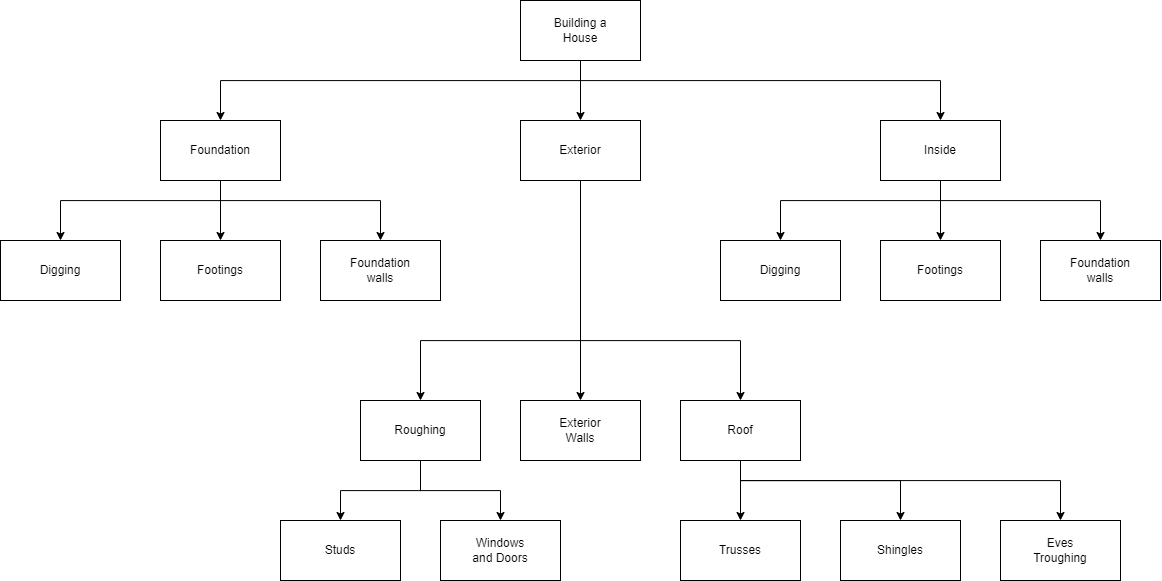
The draw.io diagram docs/problem-solving/images/building_a_house.png in Mr-Coxall/Computer-Based-Problem-Solving, before a commit. Source tidied: cells renumbered, new cells last; positions are measured from the earlier drawing's top-left corner, leaving out a move shared by most shapes.
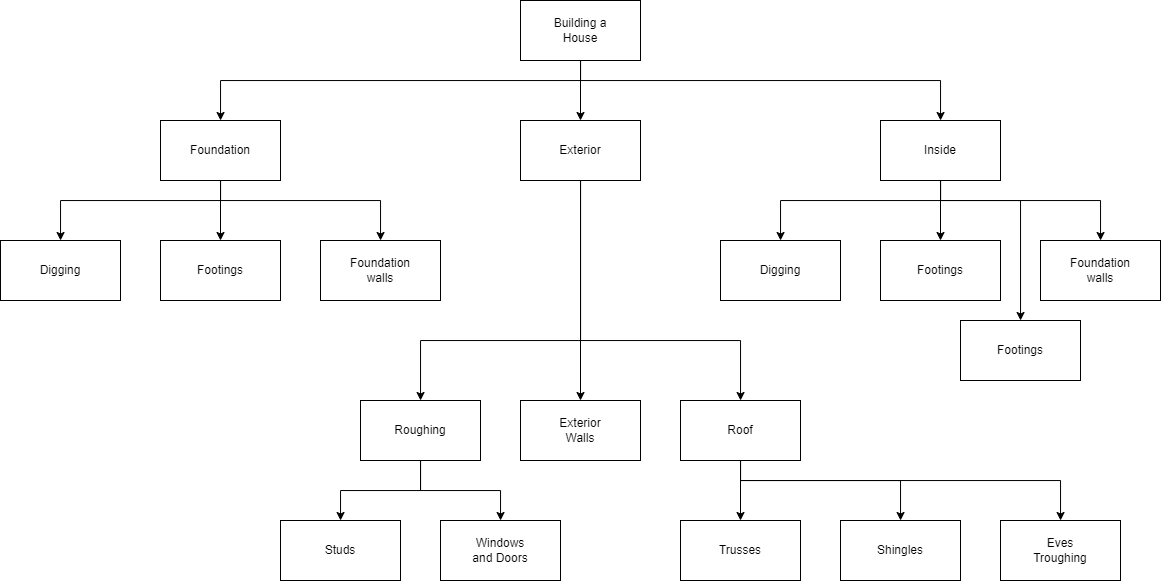
The same file after the commit.

Diff of the diagram source:
```diff
@@ -87,6 +87,14 @@
         </Array>
       </mxGeometry>
     </mxCell>
+    <mxCell id="37" style="edgeStyle=orthogonalEdgeStyle;shape=connector;rounded=0;html=1;labelBackgroundColor=default;fontFamily=Helvetica;fontSize=11;fontColor=default;endArrow=classic;strokeColor=default;" parent="1" edge="1" source="17" target="38">
+      <mxGeometry relative="1" as="geometry">
+        <Array as="points">
+          <mxPoint x="940" y="200" />
+          <mxPoint x="1020" y="200" />
+        </Array>
+      </mxGeometry>
+    </mxCell>
     <mxCell id="17" value="Inside" style="rounded=0;whiteSpace=wrap;html=1;" parent="1" vertex="1">
       <mxGeometry x="880" y="120" width="120" height="60" as="geometry" />
     </mxCell>
@@ -157,5 +165,8 @@
     <mxCell id="36" value="Windows&lt;br&gt;and Doors" style="rounded=0;whiteSpace=wrap;html=1;" parent="1" vertex="1">
       <mxGeometry x="440" y="520" width="120" height="60" as="geometry" />
     </mxCell>
+    <mxCell id="38" value="Footings" style="rounded=0;whiteSpace=wrap;html=1;" parent="1" vertex="1">
+      <mxGeometry x="960" y="320" width="120" height="60" as="geometry" />
+    </mxCell>
   </root>
 </mxGraphModel>
```
